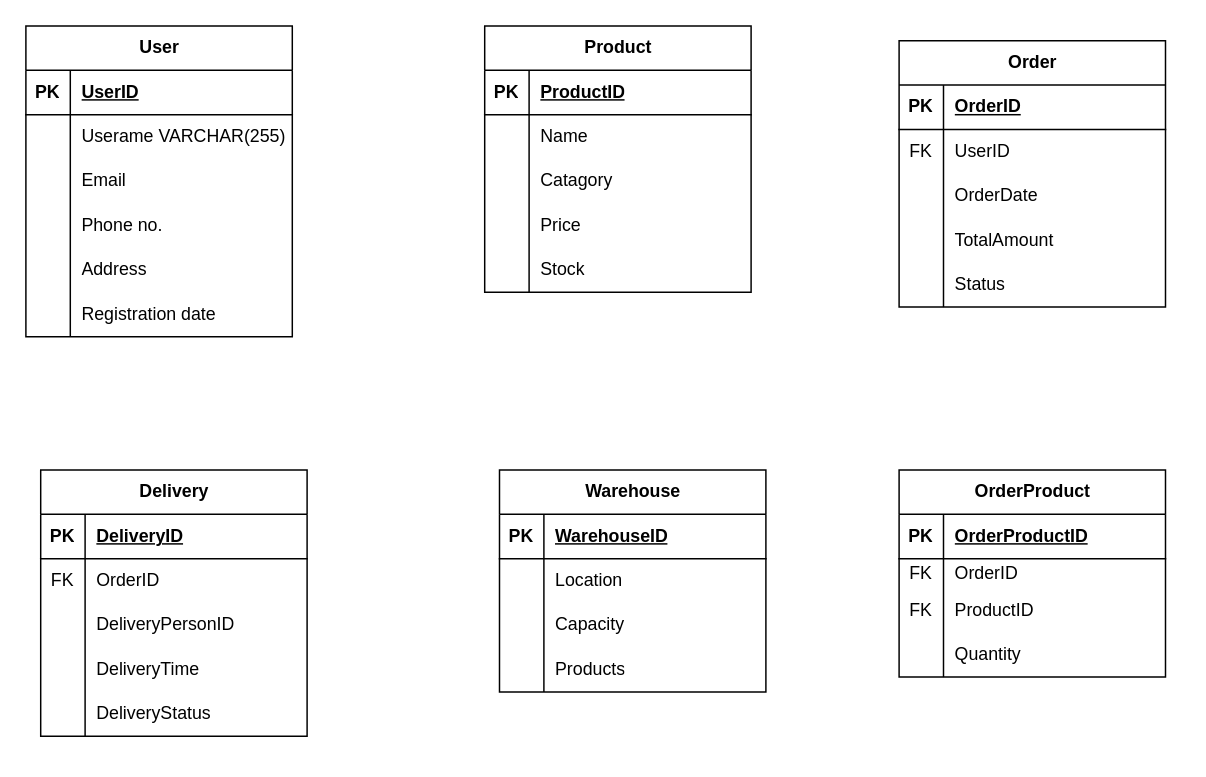
This is Untitled Diagram.drawio from Shashank-Joshi18/Product-Disection-Almabetter-project, a draw.io file, before an edit. Source tidied: cells renumbered, new cells numbered last; positions are measured from the earlier drawing's top-left corner, leaving out a move shared by most shapes. Both pictures are drawn from the tidied source at 148%, with x=0, y=0 at pixel (25, 25).
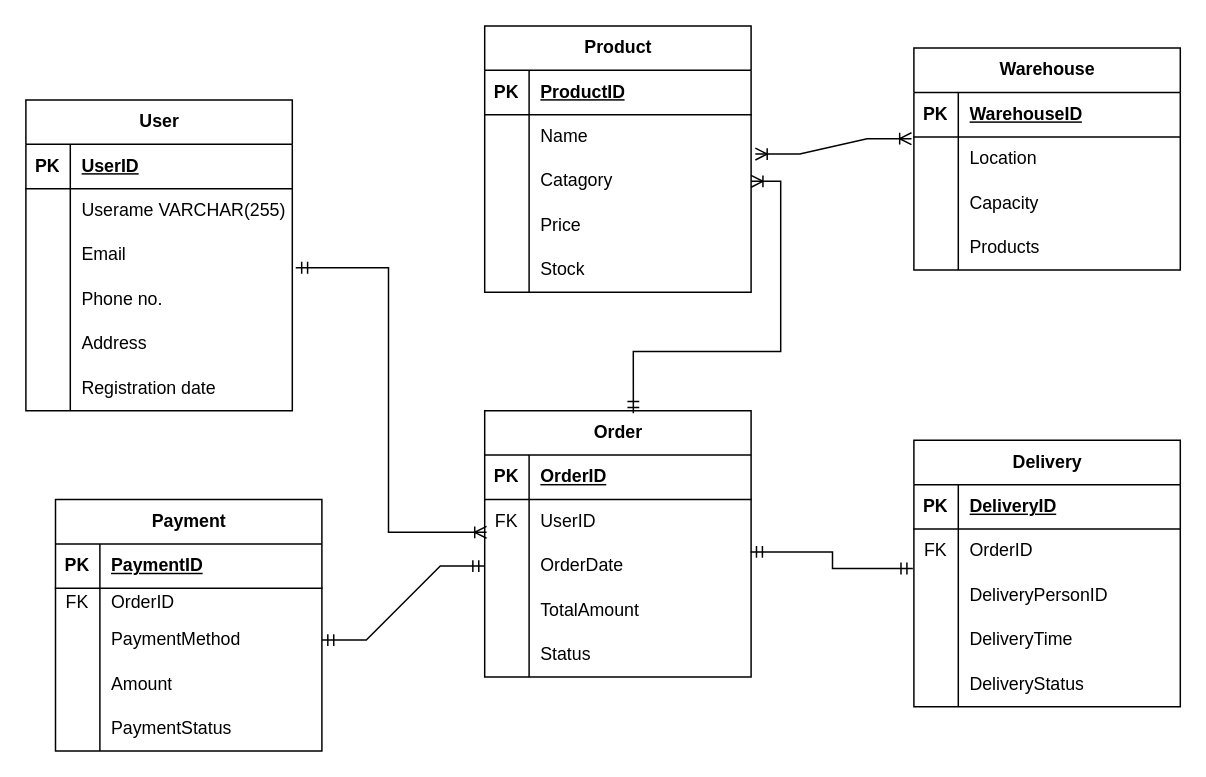
After the change.

Unchanged cells that the change refers to:
```xml
<mxCell id="9" style="shape=tableRow;horizontal=0;startSize=0;swimlaneHead=0;swimlaneBody=0;fillColor=none;points=[[0,0.5],[1,0.5]];portConstraint=eastwest;top=0;left=0;right=0;bottom=0;" parent="2" vertex="1">
  <mxGeometry y="90" width="180" height="30" as="geometry" />
</mxCell>
<mxCell id="25" style="shape=tableRow;horizontal=0;startSize=0;swimlaneHead=0;swimlaneBody=0;fillColor=none;points=[[0,0.5],[1,0.5]];portConstraint=eastwest;top=0;left=0;right=0;bottom=0;" parent="21" vertex="1">
  <mxGeometry y="60" width="180" height="30" as="geometry" />
</mxCell>
<mxCell id="44" style="shape=tableRow;horizontal=0;startSize=0;swimlaneHead=0;swimlaneBody=0;fillColor=none;points=[[0,0.5],[1,0.5]];portConstraint=eastwest;top=0;left=0;right=0;bottom=0;" parent="37" vertex="1">
  <mxGeometry y="90" width="180" height="30" as="geometry" />
</mxCell>
<mxCell id="57" style="shape=tableRow;horizontal=0;startSize=0;swimlaneHead=0;swimlaneBody=0;fillColor=none;points=[[0,0.5],[1,0.5]];portConstraint=eastwest;top=0;left=0;right=0;bottom=0;" parent="53" vertex="1">
  <mxGeometry y="60" width="180" height="30" as="geometry" />
</mxCell>
<mxCell id="60" style="shape=tableRow;horizontal=0;startSize=0;swimlaneHead=0;swimlaneBody=0;fillColor=none;points=[[0,0.5],[1,0.5]];portConstraint=eastwest;top=0;left=0;right=0;bottom=0;" parent="53" vertex="1">
  <mxGeometry y="90" width="180" height="30" as="geometry" />
</mxCell>
<mxCell id="73" style="shape=tableRow;horizontal=0;startSize=0;swimlaneHead=0;swimlaneBody=0;fillColor=none;points=[[0,0.5],[1,0.5]];portConstraint=eastwest;top=0;left=0;right=0;bottom=0;" parent="69" vertex="1">
  <mxGeometry y="60" width="180" height="30" as="geometry" />
</mxCell>
<mxCell id="83" style="shape=tableRow;horizontal=0;startSize=0;swimlaneHead=0;swimlaneBody=0;fillColor=none;top=0;left=0;right=0;bottom=1;" parent="82" vertex="1">
  <mxGeometry y="30" width="180" height="30" as="geometry" />
</mxCell>
<mxCell id="89" style="shape=tableRow;horizontal=0;startSize=0;swimlaneHead=0;swimlaneBody=0;fillColor=none;points=[[0,0.5],[1,0.5]];portConstraint=eastwest;top=0;left=0;right=0;bottom=0;" parent="82" vertex="1">
  <mxGeometry y="80" width="180" height="30" as="geometry" />
</mxCell>
<mxCell id="92" style="shape=tableRow;horizontal=0;startSize=0;swimlaneHead=0;swimlaneBody=0;fillColor=none;top=0;left=0;right=0;bottom=0;" parent="82" vertex="1">
  <mxGeometry y="110" width="180" height="30" as="geometry" />
</mxCell>
```

The edit, as a diff of the source:
```diff
@@
     <mxCell id="2" value="User" style="shape=table;startSize=30;childLayout=tableLayout;rowLines=0;fontStyle=1;align=center;html=1;" parent="1" vertex="1">
-      <mxGeometry width="180" height="210" as="geometry" />
+      <mxGeometry y="50" width="180" height="210" as="geometry" />
     </mxCell>
@@
     <mxCell id="21" value="Delivery" style="shape=table;startSize=30;childLayout=tableLayout;rowLines=0;fontStyle=1;align=center;html=1;" parent="1" vertex="1">
-      <mxGeometry x="10" y="300" width="180" height="180" as="geometry" />
+      <mxGeometry x="600" y="280" width="180" height="180" as="geometry" />
     </mxCell>
@@
     <mxCell id="53" value="Order" style="shape=table;startSize=30;childLayout=tableLayout;rowLines=0;fontStyle=1;align=center;html=1;" parent="1" vertex="1">
-      <mxGeometry x="590" y="10" width="180" height="180" as="geometry" />
+      <mxGeometry x="310" y="260" width="180" height="180" as="geometry" />
     </mxCell>
@@
     <mxCell id="69" value="Warehouse" style="shape=table;startSize=30;childLayout=tableLayout;rowLines=0;fontStyle=1;align=center;html=1;" parent="1" vertex="1">
-      <mxGeometry x="320" y="300" width="180" height="150" as="geometry" />
+      <mxGeometry x="600" y="15" width="180" height="150" as="geometry" />
     </mxCell>
@@
-    <mxCell id="82" value="OrderProduct" style="shape=table;startSize=30;childLayout=tableLayout;rowLines=0;fontStyle=1;align=center;html=1;" parent="1" vertex="1">
-      <mxGeometry x="590" y="300" width="180" height="140" as="geometry" />
+    <mxCell id="82" value="Payment" style="shape=table;startSize=30;childLayout=tableLayout;rowLines=0;fontStyle=1;align=center;html=1;" parent="1" vertex="1">
+      <mxGeometry x="20" y="320" width="180" height="170" as="geometry" />
     </mxCell>
@@
-    <mxCell id="85" value="OrderProductID" style="shape=partialRectangle;fillColor=none;top=0;left=0;bottom=0;right=0;align=left;spacingLeft=6;fontStyle=5;overflow=hidden;whiteSpace=wrap;html=1;" parent="83" vertex="1">
+    <mxCell id="85" value="PaymentID" style="shape=partialRectangle;fillColor=none;top=0;left=0;bottom=0;right=0;align=left;spacingLeft=6;fontStyle=5;overflow=hidden;whiteSpace=wrap;html=1;" parent="83" vertex="1">
       <mxGeometry x="30" width="150" height="30" as="geometry" />
     </mxCell>
@@
-    <mxCell id="90" value="FK" style="shape=partialRectangle;fillColor=none;top=0;left=0;bottom=0;right=0;overflow=hidden;whiteSpace=wrap;html=1;" parent="89" vertex="1">
+    <mxCell id="90" style="shape=partialRectangle;fillColor=none;top=0;left=0;bottom=0;right=0;overflow=hidden;whiteSpace=wrap;html=1;" parent="89" vertex="1">
       <mxGeometry width="30" height="30" as="geometry" />
     </mxCell>
-    <mxCell id="91" value="ProductID" style="shape=partialRectangle;fillColor=none;top=0;left=0;bottom=0;right=0;align=left;spacingLeft=6;overflow=hidden;whiteSpace=wrap;html=1;" parent="89" vertex="1">
+    <mxCell id="91" value="PaymentMethod" style="shape=partialRectangle;fillColor=none;top=0;left=0;bottom=0;right=0;align=left;spacingLeft=6;overflow=hidden;whiteSpace=wrap;html=1;" parent="89" vertex="1">
       <mxGeometry x="30" width="150" height="30" as="geometry" />
     </mxCell>
@@
-    <mxCell id="94" value="Quantity" style="shape=partialRectangle;fillColor=none;top=0;left=0;bottom=0;right=0;align=left;spacingLeft=6;overflow=hidden;whiteSpace=wrap;html=1;" parent="92" vertex="1">
+    <mxCell id="94" value="Amount" style="shape=partialRectangle;fillColor=none;top=0;left=0;bottom=0;right=0;align=left;spacingLeft=6;overflow=hidden;whiteSpace=wrap;html=1;" parent="92" vertex="1">
       <mxGeometry x="30" width="150" height="30" as="geometry" />
     </mxCell>
+    <mxCell id="95" style="shape=tableRow;horizontal=0;startSize=0;swimlaneHead=0;swimlaneBody=0;fillColor=none;top=0;left=0;right=0;bottom=0;" parent="82" vertex="1">
+      <mxGeometry y="140" width="180" height="30" as="geometry" />
+    </mxCell>
+    <mxCell id="96" style="shape=partialRectangle;fillColor=none;top=0;left=0;bottom=0;right=0;overflow=hidden;whiteSpace=wrap;html=1;" parent="95" vertex="1">
+      <mxGeometry width="30" height="30" as="geometry" />
+    </mxCell>
+    <mxCell id="97" value="PaymentStatus" style="shape=partialRectangle;fillColor=none;top=0;left=0;bottom=0;right=0;align=left;spacingLeft=6;overflow=hidden;whiteSpace=wrap;html=1;" parent="95" vertex="1">
+      <mxGeometry x="30" width="150" height="30" as="geometry" />
+    </mxCell>
+    <mxCell id="98" style="fontSize=12;html=1;endArrow=ERoneToMany;startArrow=ERmandOne;rounded=0;exitX=1.013;exitY=0.78;exitDx=0;exitDy=0;exitPerimeter=0;entryX=0.007;entryY=0.74;entryDx=0;entryDy=0;entryPerimeter=0;edgeStyle=orthogonalEdgeStyle;" parent="1" edge="1" source="9" target="57">
+      <mxGeometry relative="1" as="geometry" />
+    </mxCell>
+    <mxCell id="99" style="fontSize=12;html=1;endArrow=ERoneToMany;startArrow=ERmandOne;rounded=0;entryX=1;entryY=0.5;entryDx=0;entryDy=0;exitX=0.558;exitY=0.01;exitDx=0;exitDy=0;exitPerimeter=0;edgeStyle=orthogonalEdgeStyle;" parent="1" edge="1" source="53" target="44">
+      <mxGeometry relative="1" as="geometry">
+        <Array as="points">
+          <mxPoint x="410" y="220" />
+          <mxPoint x="510" y="220" />
+          <mxPoint x="510" y="105" />
+        </Array>
+      </mxGeometry>
+    </mxCell>
+    <mxCell id="100" style="fontSize=12;html=1;endArrow=ERmandOne;startArrow=ERmandOne;rounded=0;exitX=0.998;exitY=0.18;exitDx=0;exitDy=0;exitPerimeter=0;entryX=-0.004;entryY=0.887;entryDx=0;entryDy=0;entryPerimeter=0;edgeStyle=orthogonalEdgeStyle;" parent="1" edge="1" source="60" target="25">
+      <mxGeometry relative="1" as="geometry" />
+    </mxCell>
+    <mxCell id="101" style="edgeStyle=entityRelationEdgeStyle;fontSize=12;html=1;endArrow=ERoneToMany;startArrow=ERoneToMany;rounded=0;entryX=-0.009;entryY=0.04;entryDx=0;entryDy=0;entryPerimeter=0;exitX=1.016;exitY=-0.113;exitDx=0;exitDy=0;exitPerimeter=0;" parent="1" edge="1" source="44" target="73">
+      <mxGeometry relative="1" as="geometry" />
+    </mxCell>
+    <mxCell id="102" style="edgeStyle=entityRelationEdgeStyle;fontSize=12;html=1;endArrow=ERmandOne;startArrow=ERmandOne;rounded=0;entryX=1;entryY=0.5;entryDx=0;entryDy=0;exitX=0;exitY=0.5;exitDx=0;exitDy=0;" parent="1" edge="1" source="60" target="89">
+      <mxGeometry relative="1" as="geometry" />
+    </mxCell>
```
